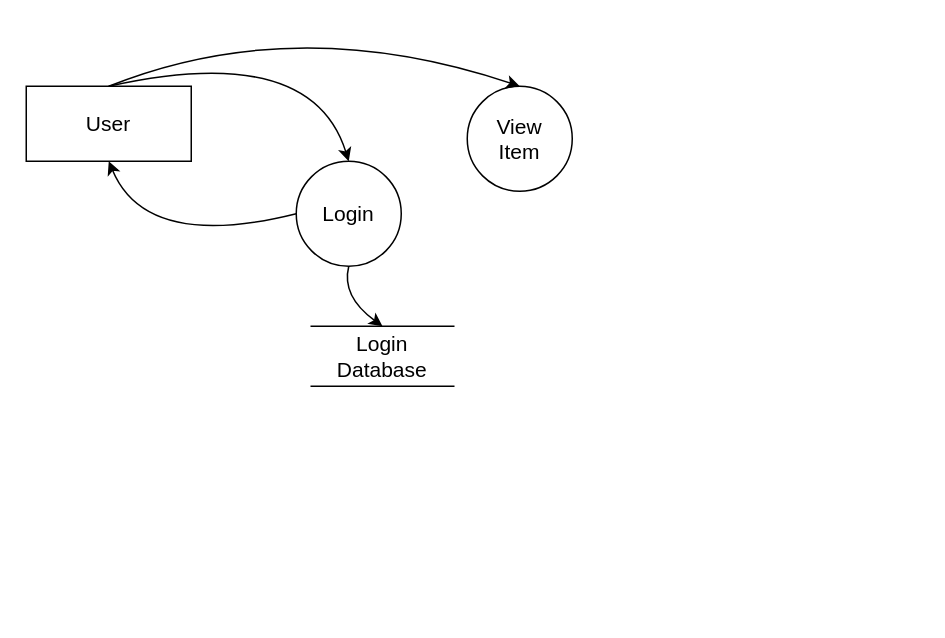
This is DFD Level-1.drawio from Yash7200/SE, a draw.io file, before an edit. Source tidied: cells renumbered, new cells numbered last; positions are measured from the earlier drawing's top-left corner, leaving out a move shared by most shapes. Both pictures are drawn from the tidied source at 150%, with x=0, y=0 at pixel (26, 10).
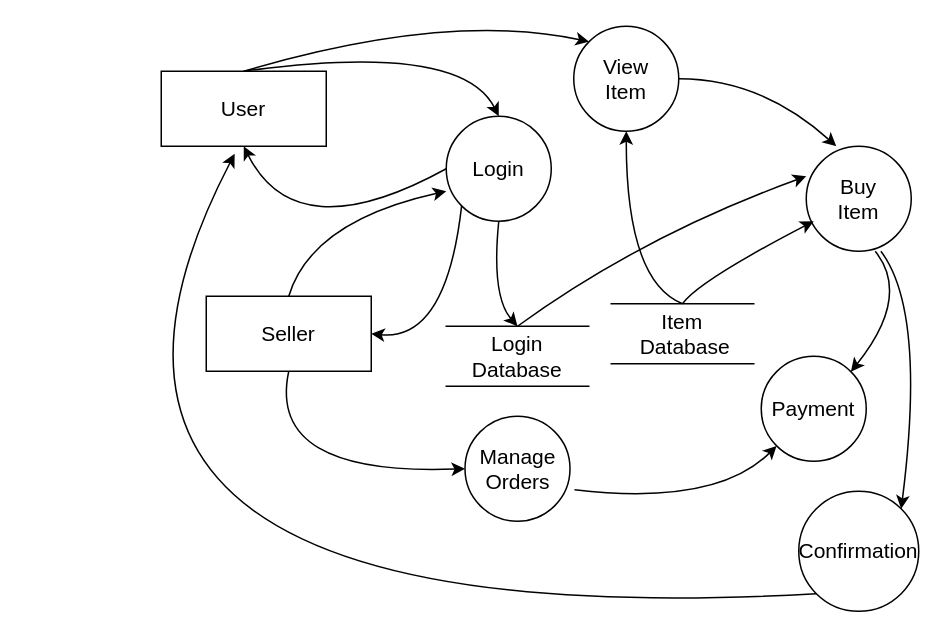
Above is the later version.

Diff of the diagram source:
```diff
@@
     <mxCell id="2" value="&lt;font style=&quot;font-size: 14px;&quot;&gt;User&lt;/font&gt;" style="rounded=0;whiteSpace=wrap;html=1;" parent="1" vertex="1">
-      <mxGeometry y="50" width="110" height="50" as="geometry" />
+      <mxGeometry x="90" y="40" width="110" height="50" as="geometry" />
     </mxCell>
     <mxCell id="3" value="Login" style="ellipse;whiteSpace=wrap;html=1;fontSize=14;" parent="1" vertex="1">
-      <mxGeometry x="180" y="100" width="70" height="70" as="geometry" />
+      <mxGeometry x="280" y="70" width="70" height="70" as="geometry" />
     </mxCell>
     <mxCell id="4" value="&lt;div&gt;View&lt;/div&gt;&lt;div&gt;Item&lt;br&gt;&lt;/div&gt;" style="ellipse;whiteSpace=wrap;html=1;fontSize=14;" parent="1" vertex="1">
-      <mxGeometry x="294" y="50" width="70" height="70" as="geometry" />
+      <mxGeometry x="365" y="10" width="70" height="70" as="geometry" />
     </mxCell>
     <mxCell id="5" style="curved=1;endArrow=classic;html=1;rounded=0;fontSize=14;exitX=0.5;exitY=0;exitDx=0;exitDy=0;entryX=0.5;entryY=0;entryDx=0;entryDy=0;" parent="1" edge="1" source="2" target="3">
       <mxGeometry relative="1" as="geometry">
         <Array as="points">
-          <mxPoint x="190" y="20" />
+          <mxPoint x="290" y="20" />
         </Array>
       </mxGeometry>
     </mxCell>
-    <mxCell id="6" style="curved=1;endArrow=classic;html=1;rounded=0;fontSize=14;exitX=0.5;exitY=0;exitDx=0;exitDy=0;entryX=0.5;entryY=0;entryDx=0;entryDy=0;" parent="1" edge="1" source="2" target="4">
+    <mxCell id="6" style="curved=1;endArrow=classic;html=1;rounded=0;fontSize=14;exitX=0.5;exitY=0;exitDx=0;exitDy=0;entryX=0;entryY=0;entryDx=0;entryDy=0;" parent="1" edge="1" source="2" target="4">
       <mxGeometry relative="1" as="geometry">
         <Array as="points">
-          <mxPoint x="180" />
+          <mxPoint x="280" />
         </Array>
       </mxGeometry>
     </mxCell>
     <mxCell id="7" value="Login Database" style="shape=partialRectangle;whiteSpace=wrap;html=1;left=0;right=0;fillColor=none;fontSize=14;" parent="1" vertex="1">
-      <mxGeometry x="190" y="210" width="95" height="40" as="geometry" />
+      <mxGeometry x="280" y="210" width="95" height="40" as="geometry" />
     </mxCell>
     <mxCell id="8" style="curved=1;endArrow=classic;html=1;rounded=0;fontSize=14;exitX=0.5;exitY=1;exitDx=0;exitDy=0;entryX=0.5;entryY=0;entryDx=0;entryDy=0;" parent="1" edge="1" source="3" target="7">
       <mxGeometry relative="1" as="geometry">
         <Array as="points">
-          <mxPoint x="210" y="190" />
+          <mxPoint x="310" y="190" />
         </Array>
       </mxGeometry>
     </mxCell>
     <mxCell id="9" style="curved=1;endArrow=classic;html=1;rounded=0;fontSize=14;exitX=0;exitY=0.5;exitDx=0;exitDy=0;entryX=0.5;entryY=1;entryDx=0;entryDy=0;" parent="1" edge="1" source="3" target="2">
       <mxGeometry relative="1" as="geometry">
         <Array as="points">
-          <mxPoint x="80" y="160" />
+          <mxPoint x="180" y="160" />
         </Array>
       </mxGeometry>
     </mxCell>
+    <mxCell id="10" value="&lt;font style=&quot;font-size: 14px;&quot;&gt;Seller&lt;/font&gt;" style="rounded=0;whiteSpace=wrap;html=1;" parent="1" vertex="1">
+      <mxGeometry x="120" y="190" width="110" height="50" as="geometry" />
+    </mxCell>
+    <mxCell id="11" value="&lt;div&gt;Buy&lt;br&gt;&lt;/div&gt;&lt;div&gt;Item&lt;br&gt;&lt;/div&gt;" style="ellipse;whiteSpace=wrap;html=1;fontSize=14;" parent="1" vertex="1">
+      <mxGeometry x="520" y="90" width="70" height="70" as="geometry" />
+    </mxCell>
+    <mxCell id="12" style="curved=1;endArrow=classic;html=1;rounded=0;fontSize=14;exitX=1;exitY=0.5;exitDx=0;exitDy=0;entryX=0.286;entryY=0;entryDx=0;entryDy=0;entryPerimeter=0;" parent="1" edge="1" source="4" target="11">
+      <mxGeometry relative="1" as="geometry">
+        <Array as="points">
+          <mxPoint x="490" y="45" />
+        </Array>
+      </mxGeometry>
+    </mxCell>
+    <mxCell id="13" style="curved=1;endArrow=classic;html=1;rounded=0;fontSize=14;exitX=0.5;exitY=0;exitDx=0;exitDy=0;entryX=0;entryY=0.286;entryDx=0;entryDy=0;entryPerimeter=0;" parent="1" edge="1" source="7" target="11">
+      <mxGeometry relative="1" as="geometry">
+        <Array as="points">
+          <mxPoint x="410" y="150" />
+        </Array>
+      </mxGeometry>
+    </mxCell>
+    <mxCell id="14" style="curved=1;endArrow=classic;html=1;rounded=0;fontSize=14;exitX=0;exitY=1;exitDx=0;exitDy=0;entryX=1;entryY=0.5;entryDx=0;entryDy=0;" parent="1" edge="1" source="3" target="10">
+      <mxGeometry relative="1" as="geometry">
+        <Array as="points">
+          <mxPoint x="280" y="220" />
+        </Array>
+      </mxGeometry>
+    </mxCell>
+    <mxCell id="15" style="curved=1;endArrow=classic;html=1;rounded=0;fontSize=14;exitX=0.5;exitY=0;exitDx=0;exitDy=0;entryX=0;entryY=0.714;entryDx=0;entryDy=0;entryPerimeter=0;" parent="1" edge="1" source="10" target="3">
+      <mxGeometry relative="1" as="geometry">
+        <Array as="points">
+          <mxPoint x="190" y="140" />
+        </Array>
+      </mxGeometry>
+    </mxCell>
+    <mxCell id="16" value="&lt;div&gt;Item&lt;/div&gt;&lt;div&gt;&amp;nbsp;Database&lt;/div&gt;" style="shape=partialRectangle;whiteSpace=wrap;html=1;left=0;right=0;fillColor=none;fontSize=14;" parent="1" vertex="1">
+      <mxGeometry x="390" y="195" width="95" height="40" as="geometry" />
+    </mxCell>
+    <mxCell id="17" style="curved=1;endArrow=classic;html=1;rounded=0;fontSize=14;exitX=0.5;exitY=0;exitDx=0;exitDy=0;entryX=0.5;entryY=1;entryDx=0;entryDy=0;" parent="1" edge="1" source="16" target="4">
+      <mxGeometry relative="1" as="geometry">
+        <Array as="points">
+          <mxPoint x="400" y="180" />
+        </Array>
+      </mxGeometry>
+    </mxCell>
+    <mxCell id="18" style="curved=1;endArrow=classic;html=1;rounded=0;fontSize=14;exitX=0.5;exitY=0;exitDx=0;exitDy=0;entryX=0.071;entryY=0.714;entryDx=0;entryDy=0;entryPerimeter=0;" parent="1" edge="1" source="16" target="11">
+      <mxGeometry relative="1" as="geometry">
+        <Array as="points">
+          <mxPoint x="448" y="180" />
+        </Array>
+      </mxGeometry>
+    </mxCell>
+    <mxCell id="19" value="Payment" style="ellipse;whiteSpace=wrap;html=1;fontSize=14;" parent="1" vertex="1">
+      <mxGeometry x="490" y="230" width="70" height="70" as="geometry" />
+    </mxCell>
+    <mxCell id="20" style="curved=1;endArrow=classic;html=1;rounded=0;fontSize=14;exitX=0.657;exitY=1;exitDx=0;exitDy=0;entryX=1;entryY=0;entryDx=0;entryDy=0;exitPerimeter=0;" parent="1" edge="1" source="11" target="19">
+      <mxGeometry relative="1" as="geometry">
+        <Array as="points">
+          <mxPoint x="590" y="190" />
+        </Array>
+      </mxGeometry>
+    </mxCell>
+    <mxCell id="21" value="&lt;div&gt;Manage&lt;/div&gt;&lt;div&gt;Orders&lt;br&gt;&lt;/div&gt;" style="ellipse;whiteSpace=wrap;html=1;fontSize=14;" parent="1" vertex="1">
+      <mxGeometry x="292.5" y="270" width="70" height="70" as="geometry" />
+    </mxCell>
+    <mxCell id="22" style="curved=1;endArrow=classic;html=1;rounded=0;fontSize=14;exitX=0.5;exitY=1;exitDx=0;exitDy=0;entryX=0;entryY=0.5;entryDx=0;entryDy=0;" parent="1" edge="1" source="10" target="21">
+      <mxGeometry relative="1" as="geometry">
+        <Array as="points">
+          <mxPoint x="160" y="310" />
+        </Array>
+      </mxGeometry>
+    </mxCell>
+    <mxCell id="23" style="curved=1;endArrow=classic;html=1;rounded=0;fontSize=14;exitX=1.043;exitY=0.7;exitDx=0;exitDy=0;entryX=0;entryY=1;entryDx=0;entryDy=0;exitPerimeter=0;" parent="1" edge="1" source="21" target="19">
+      <mxGeometry relative="1" as="geometry">
+        <Array as="points">
+          <mxPoint x="460" y="330" />
+        </Array>
+      </mxGeometry>
+    </mxCell>
+    <mxCell id="24" value="Confirmation" style="ellipse;whiteSpace=wrap;html=1;fontSize=14;" parent="1" vertex="1">
+      <mxGeometry x="515" y="320" width="80" height="80" as="geometry" />
+    </mxCell>
+    <mxCell id="25" style="curved=1;endArrow=classic;html=1;rounded=0;fontSize=14;exitX=0.711;exitY=1;exitDx=0;exitDy=0;entryX=1;entryY=0;entryDx=0;entryDy=0;exitPerimeter=0;" parent="1" edge="1" source="11" target="24">
+      <mxGeometry relative="1" as="geometry">
+        <Array as="points">
+          <mxPoint x="600" y="200" />
+        </Array>
+      </mxGeometry>
+    </mxCell>
+    <mxCell id="26" style="curved=1;endArrow=classic;html=1;rounded=0;fontSize=14;entryX=0.445;entryY=1.1;entryDx=0;entryDy=0;exitX=0;exitY=1;exitDx=0;exitDy=0;entryPerimeter=0;" parent="1" edge="1" source="24" target="2">
+      <mxGeometry relative="1" as="geometry">
+        <Array as="points">
+          <mxPoint x="-30" y="420" />
+        </Array>
+      </mxGeometry>
+    </mxCell>
```
